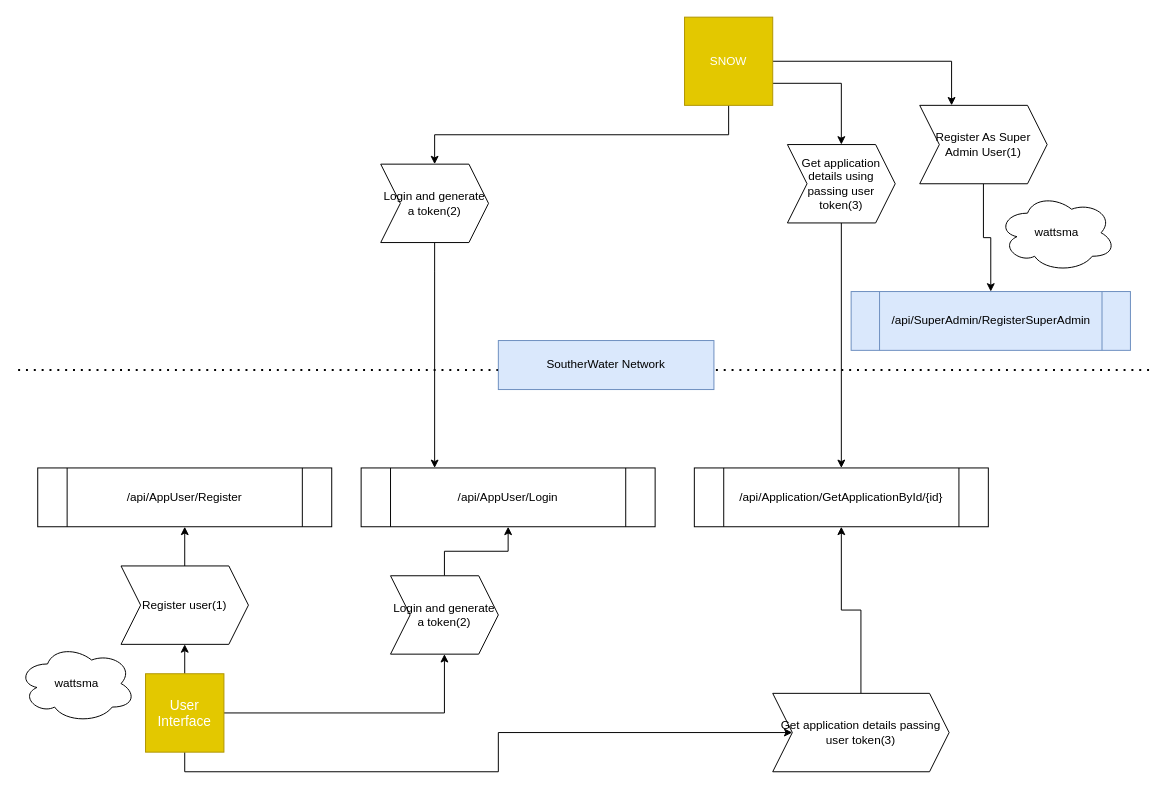
Before: DevServicesTokenMechanism.drawio in mattwatts36/drawings, a draw.io diagram. Source tidied: cells renumbered, new cells numbered last; positions are measured from the earlier drawing's top-left corner, leaving out a move shared by most shapes. Both pictures are drawn from the tidied source at 98%, with x=0, y=0 at pixel (18, 17).
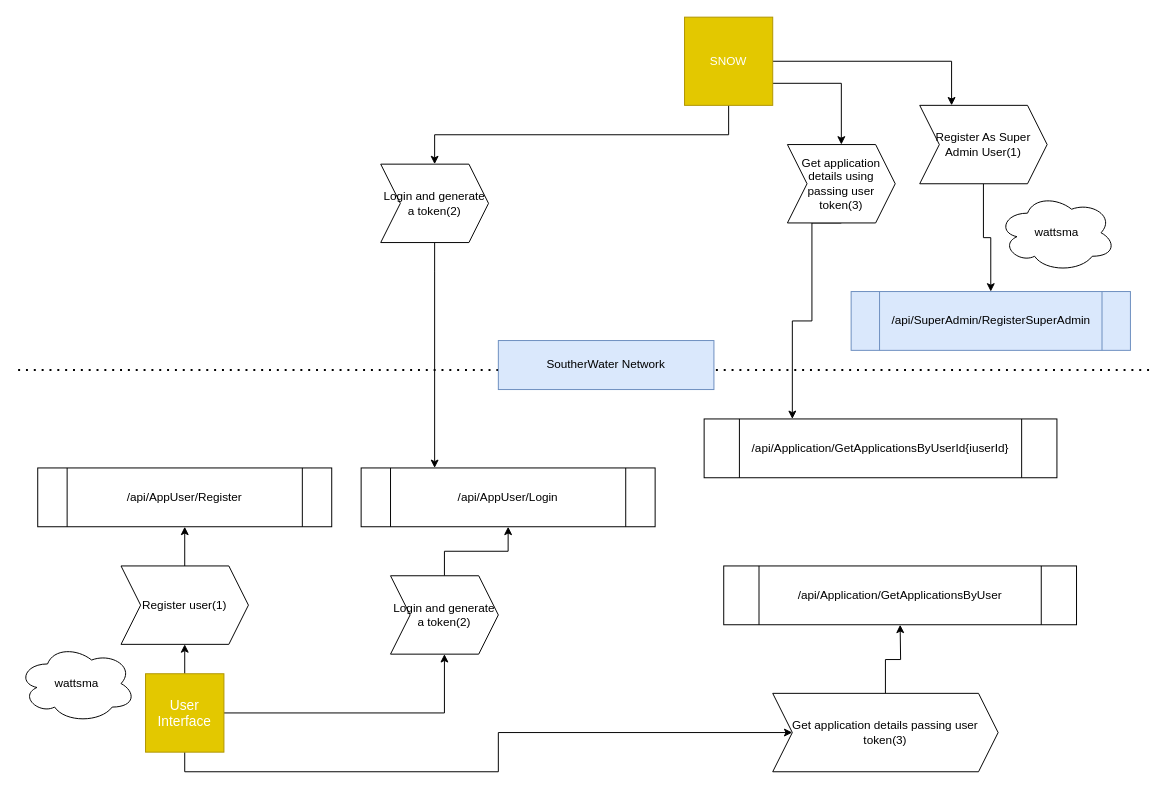
The same diagram, later.

The change refers to these unchanged cells:
```xml
<mxCell id="21" value="Get application details using passing user token(3)" style="shape=step;perimeter=stepPerimeter;whiteSpace=wrap;html=1;fixedSize=1;" parent="1" vertex="1">
  <mxGeometry x="785" y="130" width="110" height="80" as="geometry" />
</mxCell>
```

Change to the diagram source:
```diff
@@
-    <mxCell id="17" value="/api/Application/GetApplicationById/{id}" style="shape=process;whiteSpace=wrap;html=1;backgroundOutline=1;" parent="1" vertex="1">
-      <mxGeometry x="690" y="460" width="300" height="60" as="geometry" />
+    <mxCell id="17" value="/api/Application/GetApplicationsByUserId{iuserId}" style="shape=process;whiteSpace=wrap;html=1;backgroundOutline=1;" parent="1" vertex="1">
+      <mxGeometry x="700" y="410" width="360" height="60" as="geometry" />
     </mxCell>
@@
-    <mxCell id="20" style="edgeStyle=orthogonalEdgeStyle;rounded=0;jettySize=auto;html=1;exitX=0.5;exitY=1;exitDx=0;exitDy=0;" parent="1" edge="1" source="21" target="17">
-      <mxGeometry relative="1" as="geometry" />
+    <mxCell id="20" style="edgeStyle=orthogonalEdgeStyle;rounded=0;jettySize=auto;html=1;exitX=0.5;exitY=1;exitDx=0;exitDy=0;entryX=0.25;entryY=0;entryDx=0;entryDy=0;" parent="1" edge="1" source="21" target="17">
+      <mxGeometry relative="1" as="geometry">
+        <Array as="points">
+          <mxPoint x="810" y="210" />
+          <mxPoint x="810" y="310" />
+          <mxPoint x="790" y="310" />
+        </Array>
+      </mxGeometry>
     </mxCell>
@@
-    <mxCell id="26" style="edgeStyle=orthogonalEdgeStyle;rounded=0;jettySize=auto;html=1;exitX=0.5;exitY=0;exitDx=0;exitDy=0;" parent="1" edge="1" source="27" target="17">
-      <mxGeometry relative="1" as="geometry" />
-    </mxCell>
+    <mxCell id="30" style="edgeStyle=orthogonalEdgeStyle;rounded=0;jettySize=auto;html=1;" parent="1" edge="1" source="27">
+      <mxGeometry relative="1" as="geometry">
+        <mxPoint x="900" y="620" as="targetPoint" />
+      </mxGeometry>
+    </mxCell>
     <mxCell id="27" value="Get application details passing user token(3)" style="shape=step;perimeter=stepPerimeter;whiteSpace=wrap;html=1;fixedSize=1;" parent="1" vertex="1">
-      <mxGeometry x="770" y="690" width="180" height="80" as="geometry" />
+      <mxGeometry x="770" y="690" width="230" height="80" as="geometry" />
     </mxCell>
@@
+    <mxCell id="31" value="/api/Application/GetApplicationsByUser" style="shape=process;whiteSpace=wrap;html=1;backgroundOutline=1;" parent="1" vertex="1">
+      <mxGeometry x="720" y="560" width="360" height="60" as="geometry" />
+    </mxCell>
```
